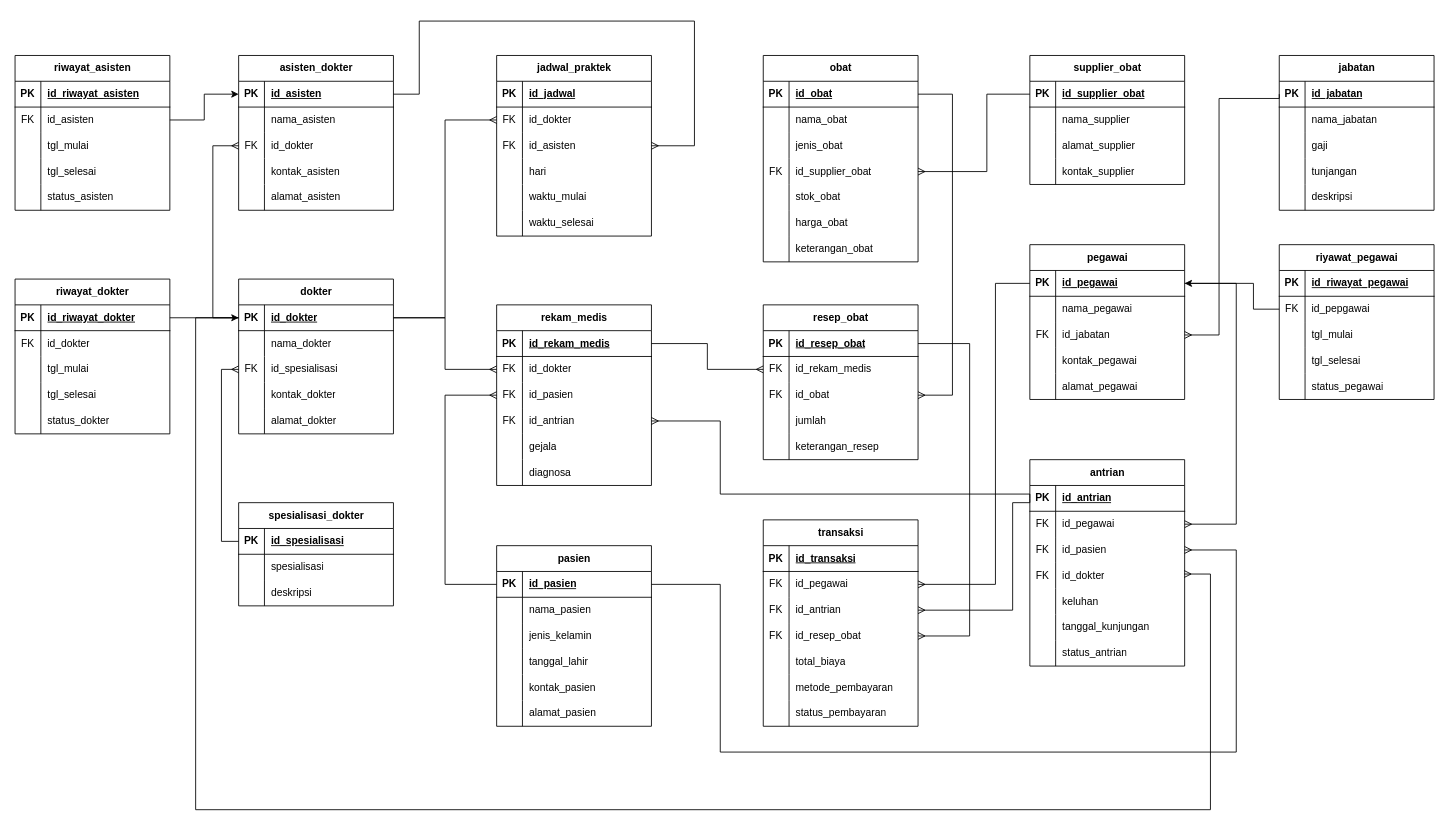
The draw.io diagram PDM_Klinik.drawio in elikawicaksana/BuildIT_BasisData, before the edit. Source tidied: cells renumbered, new cells numbered last; positions are measured from the earlier drawing's top-left corner, leaving out a move shared by most shapes. Both pictures are drawn from the tidied source at 86%, with x=0, y=0 at pixel (15, 21).
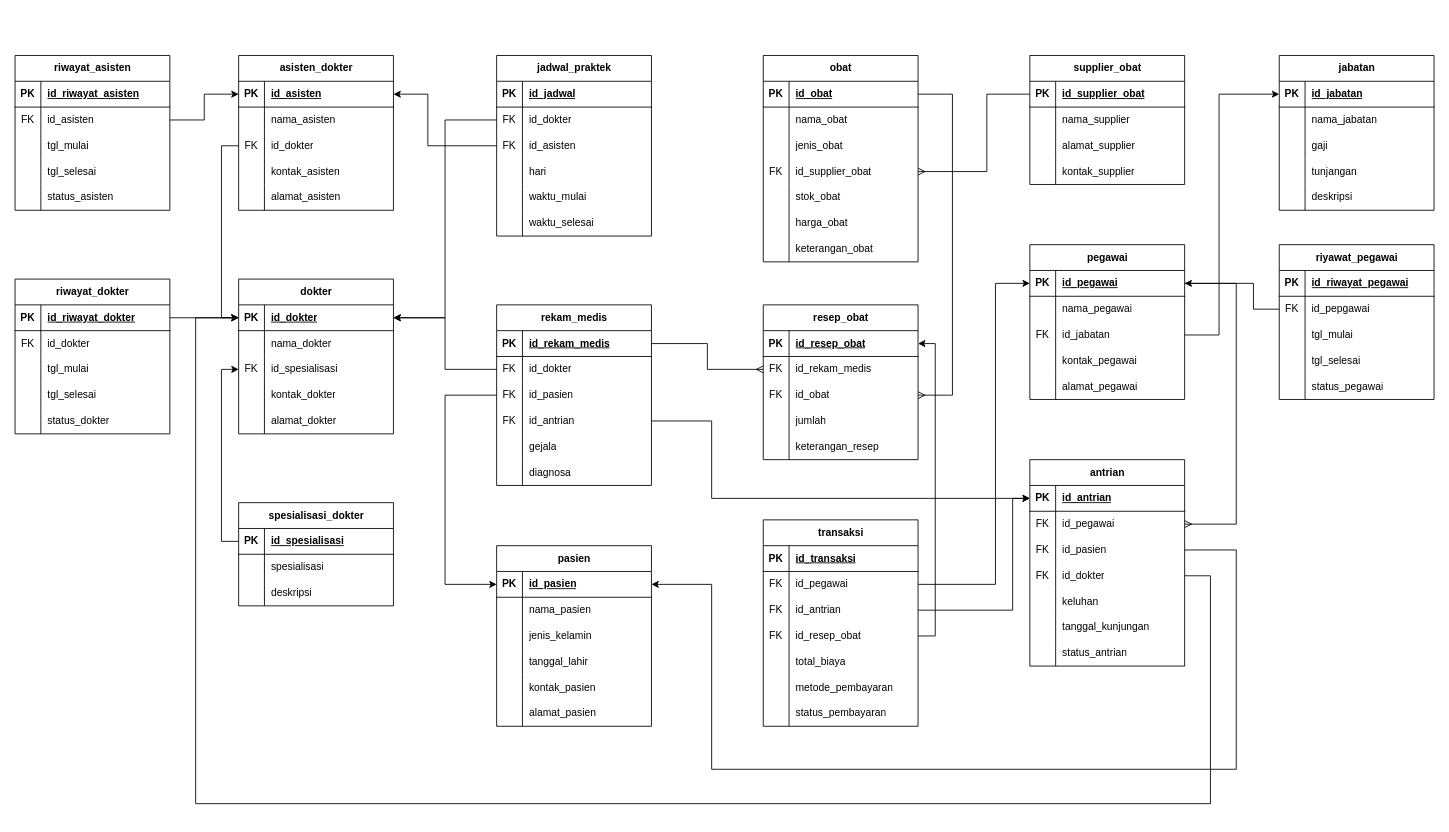
Above is the later version.

The change refers to these unchanged cells:
```xml
<mxCell id="3" style="shape=tableRow;horizontal=0;startSize=0;swimlaneHead=0;swimlaneBody=0;fillColor=none;points=[[0,0.5],[1,0.5]];portConstraint=eastwest;top=0;left=0;right=0;bottom=1;" parent="2" vertex="1">
  <mxGeometry y="30" width="180" height="30" as="geometry" />
</mxCell>
<mxCell id="9" style="shape=tableRow;horizontal=0;startSize=0;swimlaneHead=0;swimlaneBody=0;fillColor=none;points=[[0,0.5],[1,0.5]];portConstraint=eastwest;top=0;left=0;right=0;bottom=0;" parent="2" vertex="1">
  <mxGeometry y="90" width="180" height="30" as="geometry" />
</mxCell>
<mxCell id="19" style="shape=tableRow;horizontal=0;startSize=0;swimlaneHead=0;swimlaneBody=0;fillColor=none;points=[[0,0.5],[1,0.5]];portConstraint=eastwest;top=0;left=0;right=0;bottom=1;" parent="18" vertex="1">
  <mxGeometry y="30" width="180" height="30" as="geometry" />
</mxCell>
<mxCell id="25" style="shape=tableRow;horizontal=0;startSize=0;swimlaneHead=0;swimlaneBody=0;fillColor=none;points=[[0,0.5],[1,0.5]];portConstraint=eastwest;top=0;left=0;right=0;bottom=0;" parent="18" vertex="1">
  <mxGeometry y="90" width="180" height="30" as="geometry" />
</mxCell>
<mxCell id="35" style="shape=tableRow;horizontal=0;startSize=0;swimlaneHead=0;swimlaneBody=0;fillColor=none;points=[[0,0.5],[1,0.5]];portConstraint=eastwest;top=0;left=0;right=0;bottom=1;" parent="34" vertex="1">
  <mxGeometry y="30" width="180" height="30" as="geometry" />
</mxCell>
<mxCell id="48" style="shape=tableRow;horizontal=0;startSize=0;swimlaneHead=0;swimlaneBody=0;fillColor=none;points=[[0,0.5],[1,0.5]];portConstraint=eastwest;top=0;left=0;right=0;bottom=0;" parent="44" vertex="1">
  <mxGeometry y="60" width="180" height="30" as="geometry" />
</mxCell>
<mxCell id="51" style="shape=tableRow;horizontal=0;startSize=0;swimlaneHead=0;swimlaneBody=0;fillColor=none;points=[[0,0.5],[1,0.5]];portConstraint=eastwest;top=0;left=0;right=0;bottom=0;" parent="44" vertex="1">
  <mxGeometry y="90" width="180" height="30" as="geometry" />
</mxCell>
<mxCell id="64" style="shape=tableRow;horizontal=0;startSize=0;swimlaneHead=0;swimlaneBody=0;fillColor=none;points=[[0,0.5],[1,0.5]];portConstraint=eastwest;top=0;left=0;right=0;bottom=1;" parent="63" vertex="1">
  <mxGeometry y="30" width="180" height="30" as="geometry" />
</mxCell>
<mxCell id="83" style="shape=tableRow;horizontal=0;startSize=0;swimlaneHead=0;swimlaneBody=0;fillColor=none;points=[[0,0.5],[1,0.5]];portConstraint=eastwest;top=0;left=0;right=0;bottom=1;" parent="82" vertex="1">
  <mxGeometry y="30" width="180" height="30" as="geometry" />
</mxCell>
<mxCell id="89" style="shape=tableRow;horizontal=0;startSize=0;swimlaneHead=0;swimlaneBody=0;fillColor=none;points=[[0,0.5],[1,0.5]];portConstraint=eastwest;top=0;left=0;right=0;bottom=0;" parent="82" vertex="1">
  <mxGeometry y="90" width="180" height="30" as="geometry" />
</mxCell>
<mxCell id="99" style="shape=tableRow;horizontal=0;startSize=0;swimlaneHead=0;swimlaneBody=0;fillColor=none;points=[[0,0.5],[1,0.5]];portConstraint=eastwest;top=0;left=0;right=0;bottom=1;" parent="98" vertex="1">
  <mxGeometry y="30" width="180" height="30" as="geometry" />
</mxCell>
<mxCell id="118" style="shape=tableRow;horizontal=0;startSize=0;swimlaneHead=0;swimlaneBody=0;fillColor=none;points=[[0,0.5],[1,0.5]];portConstraint=eastwest;top=0;left=0;right=0;bottom=0;" parent="114" vertex="1">
  <mxGeometry y="60" width="180" height="30" as="geometry" />
</mxCell>
<mxCell id="121" style="shape=tableRow;horizontal=0;startSize=0;swimlaneHead=0;swimlaneBody=0;fillColor=none;points=[[0,0.5],[1,0.5]];portConstraint=eastwest;top=0;left=0;right=0;bottom=0;" parent="114" vertex="1">
  <mxGeometry y="90" width="180" height="30" as="geometry" />
</mxCell>
<mxCell id="124" style="shape=tableRow;horizontal=0;startSize=0;swimlaneHead=0;swimlaneBody=0;fillColor=none;points=[[0,0.5],[1,0.5]];portConstraint=eastwest;top=0;left=0;right=0;bottom=0;" parent="114" vertex="1">
  <mxGeometry y="120" width="180" height="30" as="geometry" />
</mxCell>
<mxCell id="134" style="shape=tableRow;horizontal=0;startSize=0;swimlaneHead=0;swimlaneBody=0;fillColor=none;points=[[0,0.5],[1,0.5]];portConstraint=eastwest;top=0;left=0;right=0;bottom=1;" parent="133" vertex="1">
  <mxGeometry y="30" width="180" height="30" as="geometry" />
</mxCell>
<mxCell id="140" style="shape=tableRow;horizontal=0;startSize=0;swimlaneHead=0;swimlaneBody=0;fillColor=none;points=[[0,0.5],[1,0.5]];portConstraint=eastwest;top=0;left=0;right=0;bottom=0;" parent="133" vertex="1">
  <mxGeometry y="90" width="180" height="30" as="geometry" />
</mxCell>
<mxCell id="143" style="shape=tableRow;horizontal=0;startSize=0;swimlaneHead=0;swimlaneBody=0;fillColor=none;points=[[0,0.5],[1,0.5]];portConstraint=eastwest;top=0;left=0;right=0;bottom=0;" parent="133" vertex="1">
  <mxGeometry y="120" width="180" height="30" as="geometry" />
</mxCell>
<mxCell id="191" style="shape=tableRow;horizontal=0;startSize=0;swimlaneHead=0;swimlaneBody=0;fillColor=none;points=[[0,0.5],[1,0.5]];portConstraint=eastwest;top=0;left=0;right=0;bottom=1;" parent="190" vertex="1">
  <mxGeometry y="30" width="180" height="30" as="geometry" />
</mxCell>
<mxCell id="210" style="shape=tableRow;horizontal=0;startSize=0;swimlaneHead=0;swimlaneBody=0;fillColor=none;points=[[0,0.5],[1,0.5]];portConstraint=eastwest;top=0;left=0;right=0;bottom=0;" parent="206" vertex="1">
  <mxGeometry y="60" width="180" height="30" as="geometry" />
</mxCell>
<mxCell id="213" style="shape=tableRow;horizontal=0;startSize=0;swimlaneHead=0;swimlaneBody=0;fillColor=none;points=[[0,0.5],[1,0.5]];portConstraint=eastwest;top=0;left=0;right=0;bottom=0;" parent="206" vertex="1">
  <mxGeometry y="90" width="180" height="30" as="geometry" />
</mxCell>
<mxCell id="216" style="shape=tableRow;horizontal=0;startSize=0;swimlaneHead=0;swimlaneBody=0;fillColor=none;points=[[0,0.5],[1,0.5]];portConstraint=eastwest;top=0;left=0;right=0;bottom=0;" parent="206" vertex="1">
  <mxGeometry y="120" width="180" height="30" as="geometry" />
</mxCell>
```

Change to the diagram source:
```diff
@@
-    <mxCell id="228" style="edgeStyle=orthogonalEdgeStyle;rounded=0;jettySize=auto;html=1;exitX=0;exitY=0.5;exitDx=0;exitDy=0;entryX=0;entryY=0.5;entryDx=0;entryDy=0;endArrow=ERmany;endFill=0;" parent="1" edge="1" source="3" target="25">
-      <mxGeometry relative="1" as="geometry">
-        <Array as="points">
-          <mxPoint x="230" y="345" />
-          <mxPoint x="230" y="145" />
-        </Array>
-      </mxGeometry>
-    </mxCell>
-    <mxCell id="229" style="edgeStyle=orthogonalEdgeStyle;rounded=0;jettySize=auto;html=1;exitX=0;exitY=0.5;exitDx=0;exitDy=0;entryX=0;entryY=0.5;entryDx=0;entryDy=0;endArrow=ERmany;endFill=0;" parent="1" edge="1" source="35" target="9">
-      <mxGeometry relative="1" as="geometry">
-        <Array as="points">
-          <mxPoint x="240" y="605" />
-          <mxPoint x="240" y="405" />
-        </Array>
-      </mxGeometry>
-    </mxCell>
-    <mxCell id="230" style="edgeStyle=orthogonalEdgeStyle;rounded=0;jettySize=auto;html=1;exitX=1;exitY=0.5;exitDx=0;exitDy=0;entryX=0;entryY=0.5;entryDx=0;entryDy=0;endArrow=ERmany;endFill=0;" parent="1" edge="1" source="3" target="48">
-      <mxGeometry relative="1" as="geometry" />
-    </mxCell>
-    <mxCell id="231" style="edgeStyle=orthogonalEdgeStyle;rounded=0;jettySize=auto;html=1;exitX=1;exitY=0.5;exitDx=0;exitDy=0;entryX=1;entryY=0.5;entryDx=0;entryDy=0;endArrow=ERmany;endFill=0;" parent="1" edge="1" source="19" target="51">
-      <mxGeometry relative="1" as="geometry">
-        <Array as="points">
-          <mxPoint x="470" y="85" />
-          <mxPoint x="470" />
-          <mxPoint x="790" />
-          <mxPoint x="790" y="145" />
-        </Array>
-      </mxGeometry>
-    </mxCell>
-    <mxCell id="232" style="edgeStyle=orthogonalEdgeStyle;rounded=0;jettySize=auto;html=1;exitX=1;exitY=0.5;exitDx=0;exitDy=0;entryX=0;entryY=0.5;entryDx=0;entryDy=0;endArrow=ERmany;endFill=0;" parent="1" edge="1" source="3" target="118">
-      <mxGeometry relative="1" as="geometry" />
-    </mxCell>
-    <mxCell id="233" style="edgeStyle=orthogonalEdgeStyle;rounded=0;jettySize=auto;html=1;exitX=0;exitY=0.5;exitDx=0;exitDy=0;entryX=0;entryY=0.5;entryDx=0;entryDy=0;endArrow=ERmany;endFill=0;" parent="1" edge="1" source="64" target="121">
-      <mxGeometry relative="1" as="geometry">
-        <Array as="points">
-          <mxPoint x="500" y="655" />
-          <mxPoint x="500" y="435" />
-        </Array>
-      </mxGeometry>
-    </mxCell>
-    <mxCell id="234" style="edgeStyle=orthogonalEdgeStyle;rounded=0;jettySize=auto;html=1;exitX=0;exitY=0.5;exitDx=0;exitDy=0;entryX=1;entryY=0.5;entryDx=0;entryDy=0;endArrow=ERmany;endFill=0;" parent="1" edge="1" source="134" target="124">
-      <mxGeometry relative="1" as="geometry">
-        <Array as="points">
-          <mxPoint x="1180" y="550" />
-          <mxPoint x="820" y="550" />
-          <mxPoint x="820" y="465" />
-        </Array>
-      </mxGeometry>
-    </mxCell>
@@
-    <mxCell id="238" style="edgeStyle=orthogonalEdgeStyle;rounded=0;jettySize=auto;html=1;exitX=0;exitY=0.5;exitDx=0;exitDy=0;entryX=1;entryY=0.5;entryDx=0;entryDy=0;endArrow=ERmany;endFill=0;" parent="1" edge="1" source="83" target="210">
-      <mxGeometry relative="1" as="geometry">
-        <Array as="points">
-          <mxPoint x="1140" y="305" />
-          <mxPoint x="1140" y="655" />
-        </Array>
-      </mxGeometry>
-    </mxCell>
-    <mxCell id="239" style="edgeStyle=orthogonalEdgeStyle;rounded=0;jettySize=auto;html=1;exitX=0;exitY=0.5;exitDx=0;exitDy=0;entryX=1;entryY=0.5;entryDx=0;entryDy=0;endArrow=ERmany;endFill=0;" parent="1" edge="1" source="134" target="213">
-      <mxGeometry relative="1" as="geometry">
-        <Array as="points">
-          <mxPoint x="1180" y="560" />
-          <mxPoint x="1160" y="560" />
-          <mxPoint x="1160" y="685" />
-        </Array>
-      </mxGeometry>
-    </mxCell>
-    <mxCell id="240" style="edgeStyle=orthogonalEdgeStyle;rounded=0;jettySize=auto;html=1;exitX=1;exitY=0.5;exitDx=0;exitDy=0;entryX=1;entryY=0.5;entryDx=0;entryDy=0;endArrow=ERmany;endFill=0;" parent="1" edge="1" source="191" target="216">
-      <mxGeometry relative="1" as="geometry">
-        <Array as="points">
-          <mxPoint x="1110" y="375" />
-          <mxPoint x="1110" y="715" />
-        </Array>
-      </mxGeometry>
-    </mxCell>
@@
-    <mxCell id="242" style="edgeStyle=orthogonalEdgeStyle;rounded=0;jettySize=auto;html=1;exitX=1;exitY=0.5;exitDx=0;exitDy=0;entryX=1;entryY=0.5;entryDx=0;entryDy=0;endArrow=ERmany;endFill=0;" parent="1" edge="1" source="64" target="140">
-      <mxGeometry relative="1" as="geometry">
-        <Array as="points">
-          <mxPoint x="820" y="655" />
-          <mxPoint x="820" y="850" />
-          <mxPoint x="1420" y="850" />
-          <mxPoint x="1420" y="615" />
-        </Array>
-      </mxGeometry>
-    </mxCell>
-    <mxCell id="243" style="edgeStyle=orthogonalEdgeStyle;rounded=0;jettySize=auto;html=1;exitX=0;exitY=0.5;exitDx=0;exitDy=0;entryX=0.997;entryY=0.432;entryDx=0;entryDy=0;endArrow=ERmany;endFill=0;entryPerimeter=0;" parent="1" edge="1" source="3" target="143">
-      <mxGeometry relative="1" as="geometry">
-        <Array as="points">
-          <mxPoint x="210" y="345" />
-          <mxPoint x="210" y="917" />
-          <mxPoint x="1390" y="917" />
-          <mxPoint x="1390" y="643" />
-        </Array>
-      </mxGeometry>
-    </mxCell>
-    <mxCell id="244" style="edgeStyle=orthogonalEdgeStyle;rounded=0;jettySize=auto;html=1;exitX=0;exitY=0.5;exitDx=0;exitDy=0;entryX=1;entryY=0.5;entryDx=0;entryDy=0;endArrow=ERmany;endFill=0;" parent="1" edge="1" source="99" target="89">
-      <mxGeometry relative="1" as="geometry">
-        <Array as="points">
-          <mxPoint x="1470" y="90" />
-          <mxPoint x="1400" y="90" />
-          <mxPoint x="1400" y="365" />
-        </Array>
-      </mxGeometry>
-    </mxCell>
@@
+    <mxCell id="296" style="edgeStyle=orthogonalEdgeStyle;rounded=0;jettySize=auto;html=1;entryX=0;entryY=0.5;entryDx=0;entryDy=0;" parent="1" edge="1" source="25" target="3">
+      <mxGeometry relative="1" as="geometry">
+        <Array as="points">
+          <mxPoint x="240" y="145" />
+          <mxPoint x="240" y="345" />
+        </Array>
+      </mxGeometry>
+    </mxCell>
+    <mxCell id="229" style="edgeStyle=orthogonalEdgeStyle;rounded=0;jettySize=auto;html=1;exitX=0;exitY=0.5;exitDx=0;exitDy=0;entryX=0;entryY=0.5;entryDx=0;entryDy=0;" parent="1" edge="1" source="35" target="9">
+      <mxGeometry relative="1" as="geometry" />
+    </mxCell>
+    <mxCell id="297" style="edgeStyle=orthogonalEdgeStyle;rounded=0;jettySize=auto;html=1;entryX=1;entryY=0.5;entryDx=0;entryDy=0;" parent="1" edge="1" source="51" target="19">
+      <mxGeometry relative="1" as="geometry">
+        <Array as="points">
+          <mxPoint x="480" y="145" />
+          <mxPoint x="480" y="85" />
+        </Array>
+      </mxGeometry>
+    </mxCell>
+    <mxCell id="298" style="edgeStyle=orthogonalEdgeStyle;rounded=0;jettySize=auto;html=1;entryX=1;entryY=0.5;entryDx=0;entryDy=0;" parent="1" edge="1" source="48" target="3">
+      <mxGeometry relative="1" as="geometry" />
+    </mxCell>
+    <mxCell id="299" style="edgeStyle=orthogonalEdgeStyle;rounded=0;jettySize=auto;html=1;entryX=1;entryY=0.5;entryDx=0;entryDy=0;" parent="1" edge="1" source="118" target="3">
+      <mxGeometry relative="1" as="geometry" />
+    </mxCell>
+    <mxCell id="300" style="edgeStyle=orthogonalEdgeStyle;rounded=0;jettySize=auto;html=1;entryX=0;entryY=0.5;entryDx=0;entryDy=0;" parent="1" edge="1" source="121" target="64">
+      <mxGeometry relative="1" as="geometry">
+        <Array as="points">
+          <mxPoint x="500" y="435" />
+          <mxPoint x="500" y="655" />
+        </Array>
+      </mxGeometry>
+    </mxCell>
+    <mxCell id="301" style="edgeStyle=orthogonalEdgeStyle;rounded=0;jettySize=auto;html=1;entryX=0;entryY=0.5;entryDx=0;entryDy=0;" parent="1" edge="1" source="124" target="134">
+      <mxGeometry relative="1" as="geometry">
+        <Array as="points">
+          <mxPoint x="810" y="465" />
+          <mxPoint x="810" y="555" />
+        </Array>
+      </mxGeometry>
+    </mxCell>
+    <mxCell id="302" style="edgeStyle=orthogonalEdgeStyle;rounded=0;jettySize=auto;html=1;entryX=0;entryY=0.5;entryDx=0;entryDy=0;" parent="1" edge="1" source="213" target="134">
+      <mxGeometry relative="1" as="geometry">
+        <Array as="points">
+          <mxPoint x="1160" y="685" />
+          <mxPoint x="1160" y="555" />
+        </Array>
+      </mxGeometry>
+    </mxCell>
+    <mxCell id="303" style="edgeStyle=orthogonalEdgeStyle;rounded=0;jettySize=auto;html=1;entryX=0;entryY=0.5;entryDx=0;entryDy=0;" parent="1" edge="1" source="210" target="83">
+      <mxGeometry relative="1" as="geometry">
+        <Array as="points">
+          <mxPoint x="1140" y="655" />
+          <mxPoint x="1140" y="305" />
+        </Array>
+      </mxGeometry>
+    </mxCell>
+    <mxCell id="304" style="edgeStyle=orthogonalEdgeStyle;rounded=0;jettySize=auto;html=1;entryX=1;entryY=0.5;entryDx=0;entryDy=0;" parent="1" edge="1" source="216" target="191">
+      <mxGeometry relative="1" as="geometry">
+        <Array as="points">
+          <mxPoint x="1070" y="715" />
+          <mxPoint x="1070" y="375" />
+        </Array>
+      </mxGeometry>
+    </mxCell>
+    <mxCell id="305" style="edgeStyle=orthogonalEdgeStyle;rounded=0;jettySize=auto;html=1;entryX=1;entryY=0.5;entryDx=0;entryDy=0;" parent="1" edge="1" source="140" target="64">
+      <mxGeometry relative="1" as="geometry">
+        <Array as="points">
+          <mxPoint x="1420" y="615" />
+          <mxPoint x="1420" y="870" />
+          <mxPoint x="810" y="870" />
+          <mxPoint x="810" y="655" />
+        </Array>
+      </mxGeometry>
+    </mxCell>
+    <mxCell id="306" style="edgeStyle=orthogonalEdgeStyle;rounded=0;jettySize=auto;html=1;entryX=0;entryY=0.5;entryDx=0;entryDy=0;" parent="1" edge="1" source="89" target="99">
+      <mxGeometry relative="1" as="geometry">
+        <Array as="points">
+          <mxPoint x="1400" y="365" />
+          <mxPoint x="1400" y="85" />
+        </Array>
+      </mxGeometry>
+    </mxCell>
+    <mxCell id="307" style="edgeStyle=orthogonalEdgeStyle;rounded=0;jettySize=auto;html=1;entryX=0;entryY=0.5;entryDx=0;entryDy=0;" parent="1" edge="1" source="143" target="3">
+      <mxGeometry relative="1" as="geometry">
+        <Array as="points">
+          <mxPoint x="1390" y="645" />
+          <mxPoint x="1390" y="910" />
+          <mxPoint x="210" y="910" />
+          <mxPoint x="210" y="345" />
+        </Array>
+      </mxGeometry>
+    </mxCell>
```
